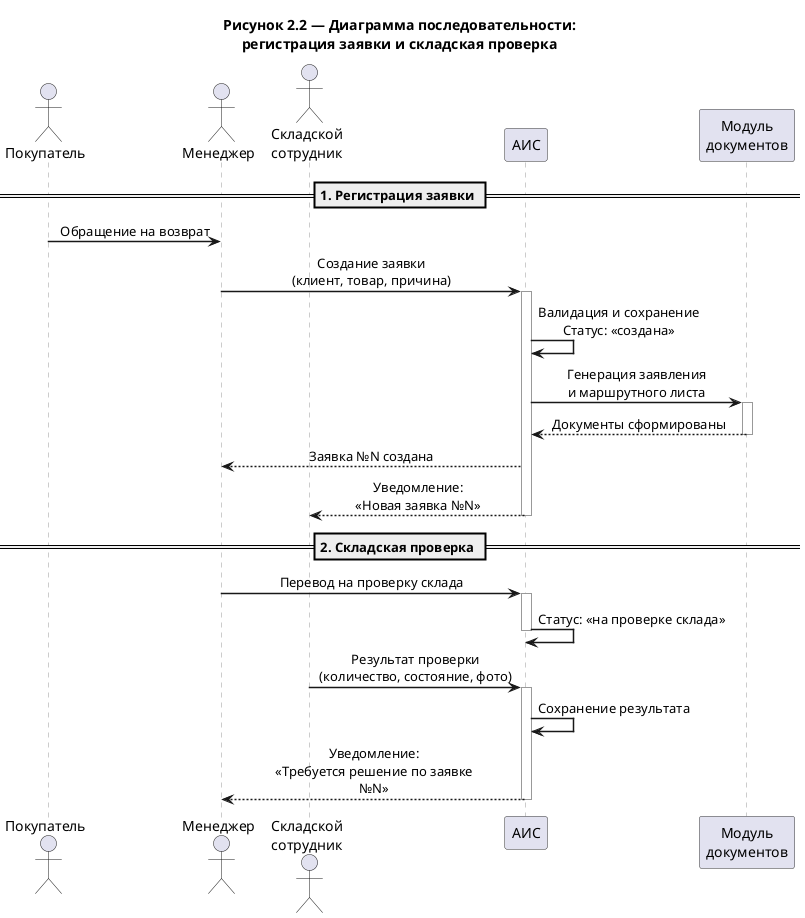
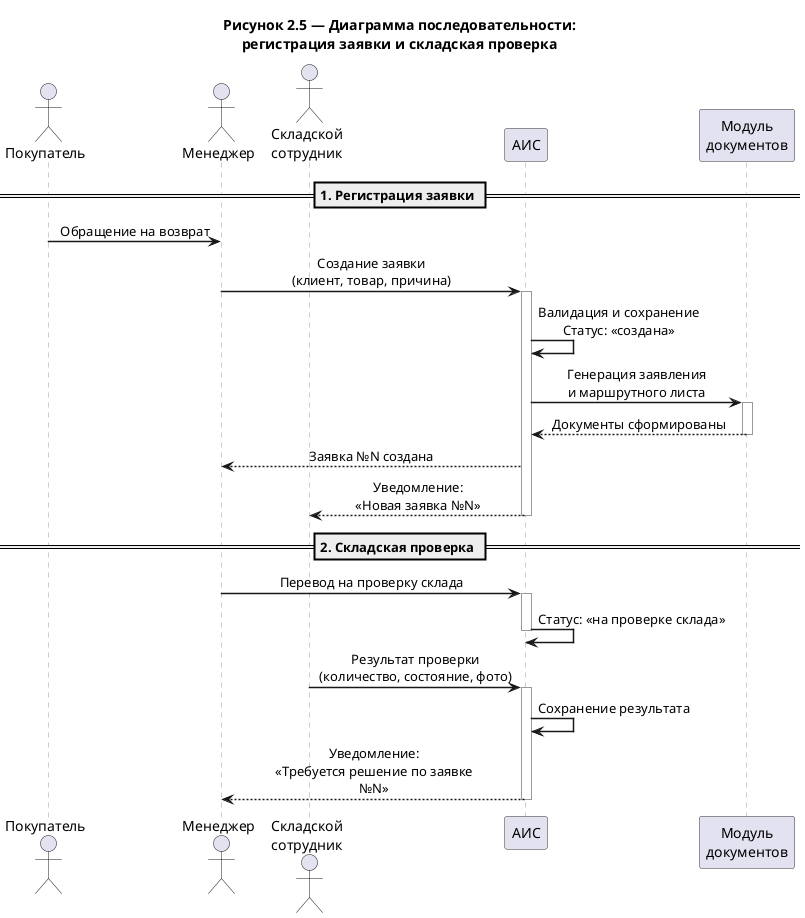
@startuml
skinparam backgroundColor #FFFFFF
skinparam sequenceArrowThickness 1.5
skinparam sequenceParticipantBorderColor #333333
skinparam sequenceLifeLineBorderColor #999999
skinparam sequenceMessageAlign center
skinparam responseMessageBelowArrow true
skinparam maxMessageSize 200

- title Рисунок 2.2 — Диаграмма последовательности:\nрегистрация заявки и складская проверка
+ title Рисунок 2.5 — Диаграмма последовательности:\nрегистрация заявки и складская проверка

actor "Покупатель" as customer
actor "Менеджер" as manager
actor "Складской\nсотрудник" as warehouse
participant "АИС" as ais
participant "Модуль\nдокументов" as docs

== 1. Регистрация заявки ==

customer -> manager : Обращение на возврат
manager -> ais : Создание заявки\n(клиент, товар, причина)
activate ais
ais -> ais : Валидация и сохранение\nСтатус: «создана»
ais -> docs : Генерация заявления\nи маршрутного листа
activate docs
docs --> ais : Документы сформированы
deactivate docs
ais --> manager : Заявка №N создана
ais --> warehouse : Уведомление:\n«Новая заявка №N»
deactivate ais

== 2. Складская проверка ==

manager -> ais : Перевод на проверку склада
activate ais
ais -> ais : Статус: «на проверке склада»
deactivate ais

warehouse -> ais : Результат проверки\n(количество, состояние, фото)
activate ais
ais -> ais : Сохранение результата
ais --> manager : Уведомление:\n«Требуется решение по заявке №N»
deactivate ais

@enduml
